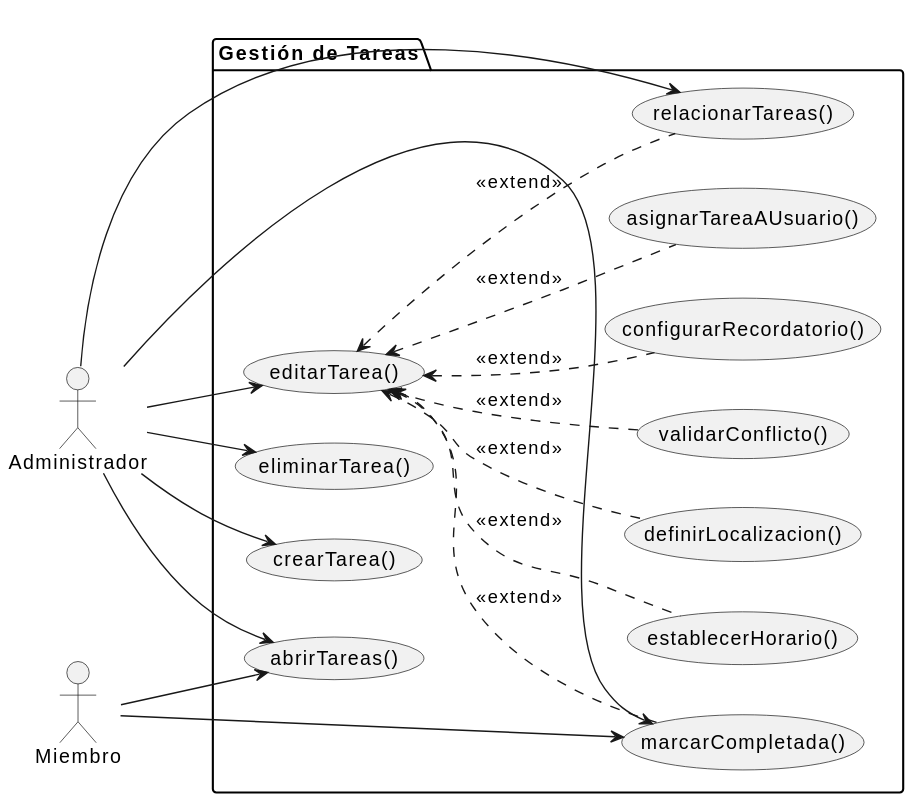
Before: documents/actoresYCasosDeUso/diagramas/diagramaGestionTareas/diagramaGestionTareas.svg, a diagram exported from PlantUML (inigovaqueroo04/25-26-IdSw1-SdR).
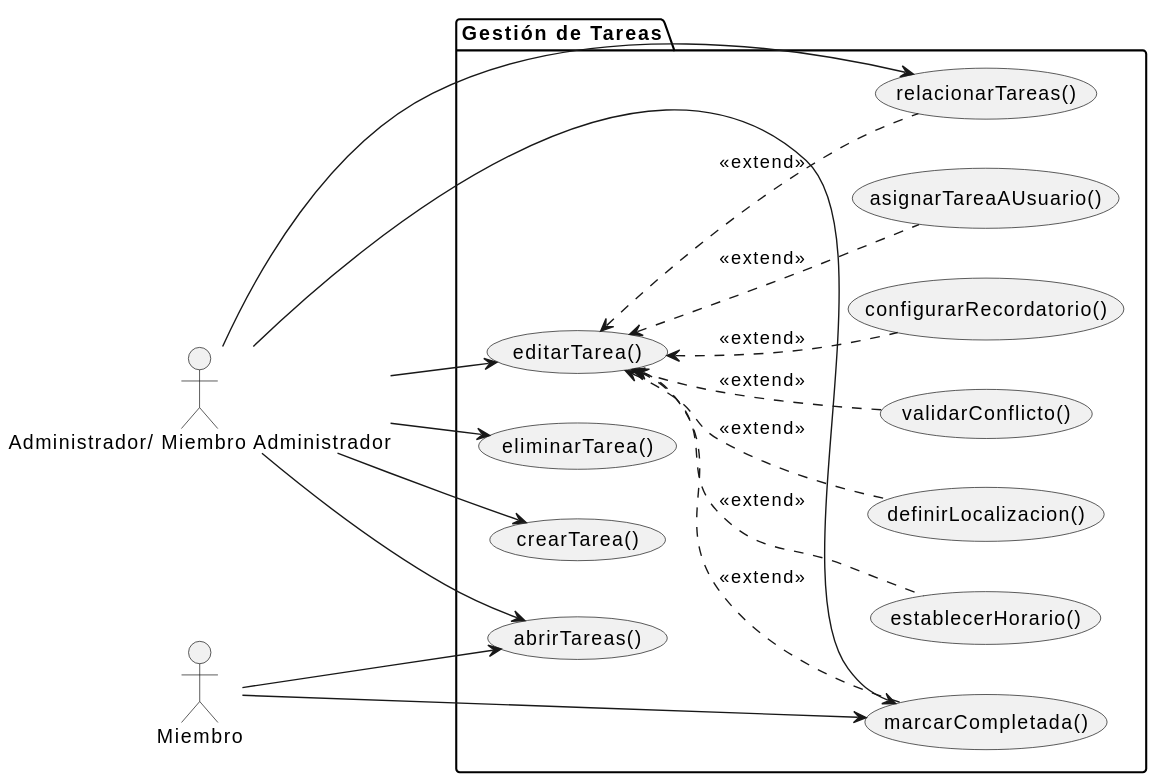
After the change.

Commit message:
Diagrama de gestión de tareas con nuevo actor #34

Change to the diagram source:
```diff
@@ -1,7 +1,7 @@
 @startuml
 left to right direction
 
-actor "Administrador" as Admin
+actor "Administrador/ Miembro Administrador" as Admin
 actor "Miembro" as Miem
 
 package "Gestión de Tareas" {
```
